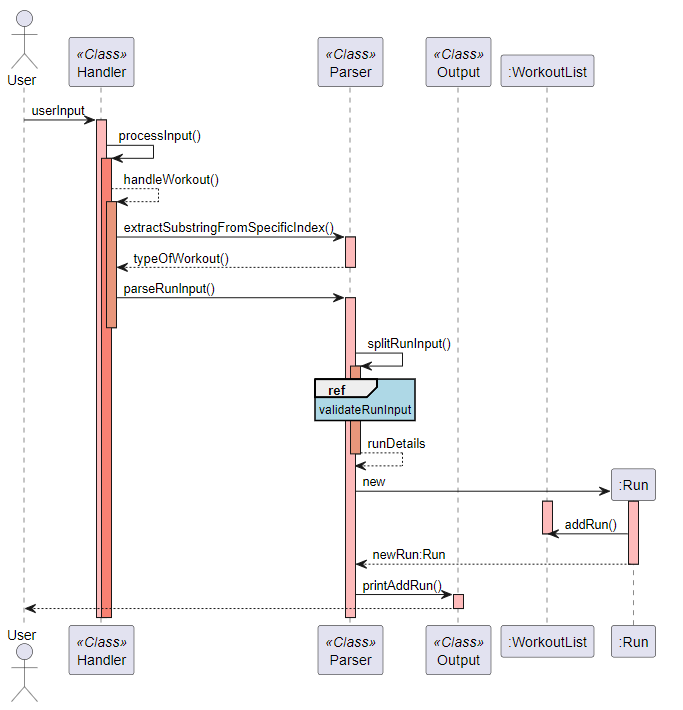
Before: docs/img/sequence_diagrams/run_sequence_diagram.png, a diagram exported from PlantUML (rouvinerh/tp). Its source is kept beside it as docs/puml/sequence_diagrams/run_sequence_diagram.puml. Its diagram source:
```plantuml
@startuml
skinparam sequenceReferenceBackgroundColor lightblue
actor User
participant Handler as Handler << Class >>
participant Parser as Parser << Class >>
participant Output as Output << Class >>
participant ":Run" as Run
participant ":WorkoutList" as WorkoutList

User -> Handler: userInput
activate Handler #FFBBBB
Handler -> Handler : processInput()
activate Handler #Salmon
Handler --> Handler : handleWorkout()
activate Handler #DarkSalmon
Handler -> Parser  : extractSubstringFromSpecificIndex()
activate Parser  #FFBBBB
Parser  --> Handler : typeOfWorkout()
deactivate Parser  #FFBBBB

Handler -> Parser : parseRunInput()
activate Parser  #FFBBBB
deactivate Handler #DarkSalmon

Parser -> Parser : splitRunInput()
ref over Parser: validateRunInput
activate Parser  #DarkSalmon
Parser --> Parser : runDetails
deactivate Parser  #DarkSalmon
Parser -> Run: new
activate Run #FFBBBB
Run -> WorkoutList: addRun()
activate WorkoutList #FFBBBB
WorkoutList -> WorkoutList: addWorkout()
activate WorkoutList #DarkSalmon
WorkoutList --> WorkoutList
deactivate WorkoutList #DarkSalmon
WorkoutList --> Run
deactivate WorkoutList #FFBBBB
Run --> Parser: newRun:Run
deactivate Run #FFBBBB

Parser -> Output : printAddRun()
activate Output #FFBBBB
Output --> User:
deactivate Output #FFBBBB
@enduml
```
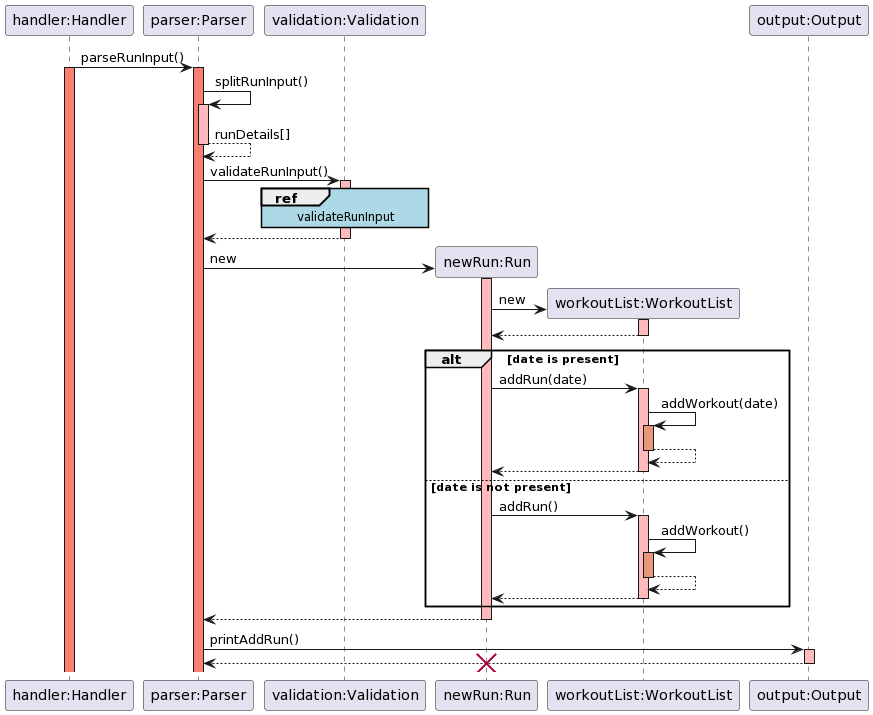
The same diagram one commit later.

The edit, as a diff of the source:
```diff
@@ -1,47 +1,62 @@
 @startuml
 skinparam sequenceReferenceBackgroundColor lightblue
-actor User
-participant Handler as Handler << Class >>
-participant Parser as Parser << Class >>
-participant Output as Output << Class >>
-participant ":Run" as Run
-participant ":WorkoutList" as WorkoutList
 
-User -> Handler: userInput
-activate Handler #FFBBBB
-Handler -> Handler : processInput()
-activate Handler #Salmon
-Handler --> Handler : handleWorkout()
-activate Handler #DarkSalmon
-Handler -> Parser  : extractSubstringFromSpecificIndex()
-activate Parser  #FFBBBB
-Parser  --> Handler : typeOfWorkout()
-deactivate Parser  #FFBBBB
+participant "handler:Handler" as Handler
 
-Handler -> Parser : parseRunInput()
-activate Parser  #FFBBBB
-deactivate Handler #DarkSalmon
+participant "parser:Parser" as Parser
+participant "validation:Validation" as Validation
+participant "newRun:Run" as Run
+participant "workoutList:WorkoutList" as WorkoutList
+participant "output:Output" as Output
 
-Parser -> Parser : splitRunInput()
-ref over Parser: validateRunInput
-activate Parser  #DarkSalmon
-Parser --> Parser : runDetails
-deactivate Parser  #DarkSalmon
-Parser -> Run: new
+Handler -> Parser: parseRunInput()
+activate Handler #salmon
+activate Parser #salmon
+
+Parser -> Parser: splitRunInput()
+activate Parser #FFBBBB
+Parser --> Parser: runDetails[]
+deactivate Parser #FFBBBB
+
+Parser -> Validation: validateRunInput()
+activate Validation #FFBBBB
+ref over Validation: validateRunInput
+Validation --> Parser:
+deactivate Validation
+
+Parser -> Run **: new
 activate Run #FFBBBB
-Run -> WorkoutList: addRun()
+Run -> WorkoutList **: new
 activate WorkoutList #FFBBBB
-WorkoutList -> WorkoutList: addWorkout()
-activate WorkoutList #DarkSalmon
-WorkoutList --> WorkoutList
-deactivate WorkoutList #DarkSalmon
-WorkoutList --> Run
+WorkoutList --> Run:
 deactivate WorkoutList #FFBBBB
-Run --> Parser: newRun:Run
+
+alt date is present
+    Run -> WorkoutList: addRun(date)
+    activate WorkoutList #FFBBBB
+    WorkoutList -> WorkoutList: addWorkout(date)
+    activate WorkoutList #DarkSalmon
+    WorkoutList --> WorkoutList:
+    deactivate WorkoutList #DarkSalmon
+    WorkoutList --> Run:
+    deactivate WorkoutList #FFBBBB
+
+
+else date is not present
+    Run -> WorkoutList: addRun()
+    activate WorkoutList #FFBBBB
+    WorkoutList -> WorkoutList: addWorkout()
+    activate WorkoutList #DarkSalmon
+    WorkoutList --> WorkoutList:
+    deactivate WorkoutList #DarkSalmon
+    WorkoutList --> Run:
+    deactivate WorkoutList #FFBBBB
+end
+Run --> Parser:
 deactivate Run #FFBBBB
-
-Parser -> Output : printAddRun()
+Parser -> Output: printAddRun()
 activate Output #FFBBBB
-Output --> User:
+Output --> Parser:
 deactivate Output #FFBBBB
+destroy Run
 @enduml
```
